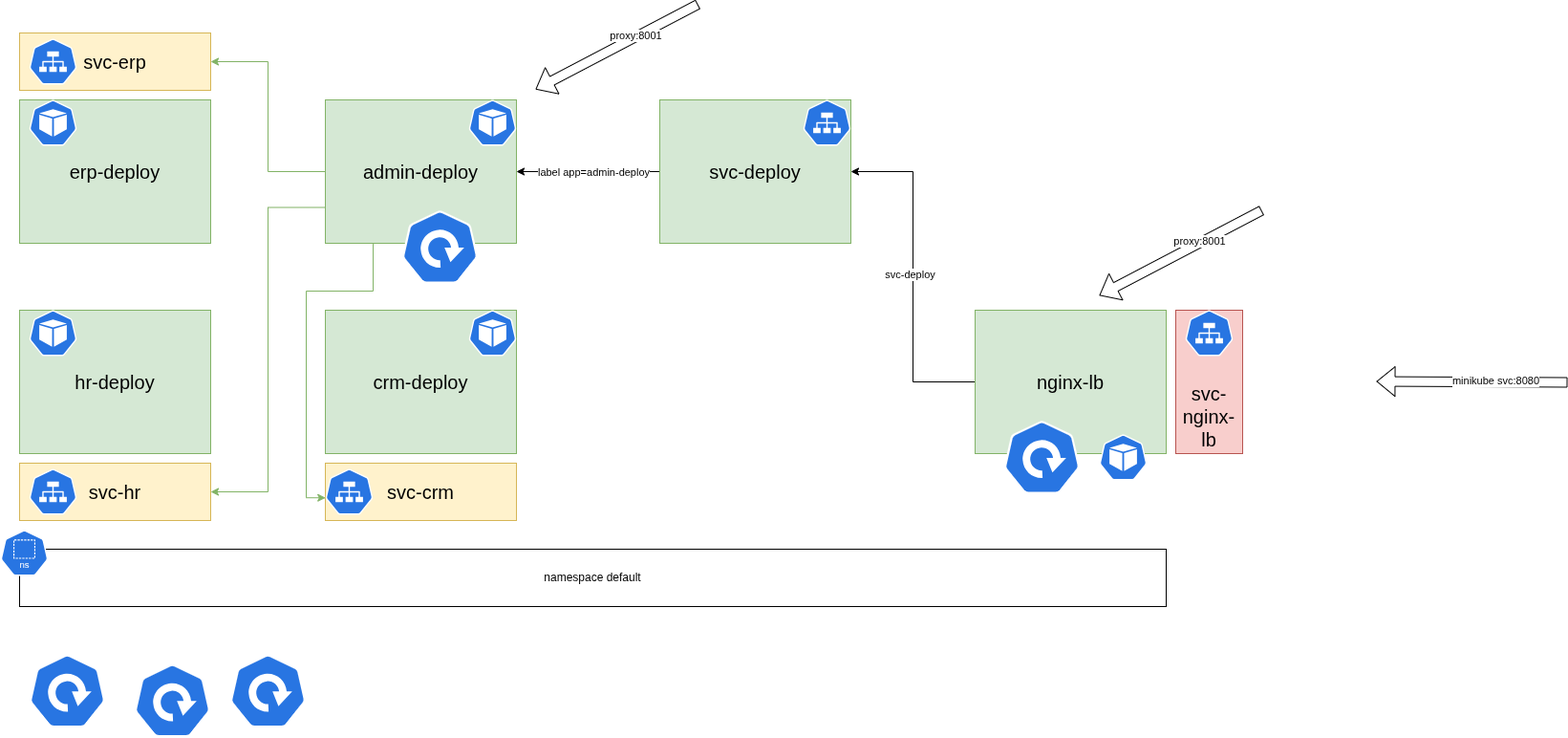
Earlier version of the draw.io export schema-kubernetes-01.png (argonaultes-education/hexagone-3b-3INSI-2026). Source tidied: cells renumbered, new cells last; positions are measured from the earlier drawing's top-left corner, leaving out a move shared by most shapes. Its diagram source:
```xml
<mxGraphModel>
  <root>
    <mxCell id="0" />
    <mxCell id="1" parent="0" />
    <mxCell id="2" value="hr-deploy" style="rounded=0;whiteSpace=wrap;html=1;fontSize=20;fillColor=#d5e8d4;strokeColor=#82b366;" parent="1" vertex="1">
      <mxGeometry x="20" y="320" width="200" height="150" as="geometry" />
    </mxCell>
    <mxCell id="3" style="sketch=0;html=1;dashed=0;whitespace=wrap;verticalLabelPosition=bottom;verticalAlign=top;fillColor=#2875E2;strokeColor=#ffffff;shape=mxgraph.kubernetes.icon2;prIcon=deploy;" parent="1" vertex="1">
      <mxGeometry x="140" y="690" width="80" height="76.8" as="geometry" />
    </mxCell>
    <mxCell id="4" value="namespace default" style="rounded=0;whiteSpace=wrap;html=1;" parent="1" vertex="1">
      <mxGeometry x="20" y="570" width="1200" height="60" as="geometry" />
    </mxCell>
    <mxCell id="5" style="sketch=0;html=1;dashed=0;whitespace=wrap;verticalLabelPosition=bottom;verticalAlign=top;fillColor=#2875E2;strokeColor=#ffffff;shape=mxgraph.kubernetes.icon2;kubernetesLabel=1;prIcon=ns;" parent="1" vertex="1">
      <mxGeometry y="550" width="50" height="48" as="geometry" />
    </mxCell>
    <mxCell id="6" style="edgeStyle=orthogonalEdgeStyle;rounded=0;jettySize=auto;html=1;fillColor=#d5e8d4;strokeColor=#82b366;entryX=0.005;entryY=0.63;entryDx=0;entryDy=0;entryPerimeter=0;exitX=0.25;exitY=1;exitDx=0;exitDy=0;" parent="1" edge="1" source="14" target="38">
      <mxGeometry relative="1" as="geometry">
        <Array as="points">
          <mxPoint x="390" y="300" />
          <mxPoint x="320" y="300" />
          <mxPoint x="320" y="516" />
        </Array>
      </mxGeometry>
    </mxCell>
    <mxCell id="7" value="crm-deploy" style="rounded=0;whiteSpace=wrap;html=1;fontSize=20;fillColor=#d5e8d4;strokeColor=#82b366;" parent="1" vertex="1">
      <mxGeometry x="340" y="320" width="200" height="150" as="geometry" />
    </mxCell>
    <mxCell id="8" style="sketch=0;html=1;dashed=0;whitespace=wrap;verticalLabelPosition=bottom;verticalAlign=top;fillColor=#2875E2;strokeColor=#ffffff;shape=mxgraph.kubernetes.icon2;prIcon=deploy;" parent="1" vertex="1">
      <mxGeometry x="240" y="680" width="80" height="76.8" as="geometry" />
    </mxCell>
    <mxCell id="9" value="erp-deploy" style="rounded=0;whiteSpace=wrap;html=1;fontSize=20;fillColor=#d5e8d4;strokeColor=#82b366;" parent="1" vertex="1">
      <mxGeometry x="20" y="100" width="200" height="150" as="geometry" />
    </mxCell>
    <mxCell id="10" style="sketch=0;html=1;dashed=0;whitespace=wrap;verticalLabelPosition=bottom;verticalAlign=top;fillColor=#2875E2;strokeColor=#ffffff;shape=mxgraph.kubernetes.icon2;prIcon=pod;" parent="1" vertex="1">
      <mxGeometry x="30" y="100" width="50" height="48" as="geometry" />
    </mxCell>
    <mxCell id="11" style="sketch=0;html=1;dashed=0;whitespace=wrap;verticalLabelPosition=bottom;verticalAlign=top;fillColor=#2875E2;strokeColor=#ffffff;shape=mxgraph.kubernetes.icon2;prIcon=deploy;" parent="1" vertex="1">
      <mxGeometry x="30" y="680" width="80" height="76.8" as="geometry" />
    </mxCell>
    <mxCell id="12" style="edgeStyle=orthogonalEdgeStyle;rounded=0;jettySize=auto;html=1;fillColor=#d5e8d4;strokeColor=#82b366;entryX=1;entryY=0.5;entryDx=0;entryDy=0;" parent="1" edge="1" source="14" target="30">
      <mxGeometry relative="1" as="geometry" />
    </mxCell>
    <mxCell id="13" style="rounded=0;jettySize=auto;html=1;entryX=1;entryY=0.5;entryDx=0;entryDy=0;edgeStyle=orthogonalEdgeStyle;fillColor=#d5e8d4;strokeColor=#82b366;exitX=0;exitY=0.75;exitDx=0;exitDy=0;" parent="1" edge="1" source="14" target="31">
      <mxGeometry relative="1" as="geometry">
        <Array as="points">
          <mxPoint x="280" y="213" />
          <mxPoint x="280" y="510" />
        </Array>
      </mxGeometry>
    </mxCell>
    <mxCell id="14" value="admin-deploy" style="rounded=0;whiteSpace=wrap;html=1;fontSize=20;fillColor=#d5e8d4;strokeColor=#82b366;" parent="1" vertex="1">
      <mxGeometry x="340" y="100" width="200" height="150" as="geometry" />
    </mxCell>
    <mxCell id="15" style="sketch=0;html=1;dashed=0;whitespace=wrap;verticalLabelPosition=bottom;verticalAlign=top;fillColor=#2875E2;strokeColor=#ffffff;shape=mxgraph.kubernetes.icon2;prIcon=pod;" parent="1" vertex="1">
      <mxGeometry x="490" y="100" width="50" height="48" as="geometry" />
    </mxCell>
    <mxCell id="16" style="sketch=0;html=1;dashed=0;whitespace=wrap;verticalLabelPosition=bottom;verticalAlign=top;fillColor=#2875E2;strokeColor=#ffffff;shape=mxgraph.kubernetes.icon2;prIcon=deploy;" parent="1" vertex="1">
      <mxGeometry x="420" y="215.6" width="80" height="76.8" as="geometry" />
    </mxCell>
    <mxCell id="17" style="shape=flexArrow;endArrow=classic;html=1;rounded=0;" parent="1" edge="1">
      <mxGeometry relative="1" as="geometry">
        <mxPoint x="730" as="sourcePoint" />
        <mxPoint x="560" y="89" as="targetPoint" />
      </mxGeometry>
    </mxCell>
    <mxCell id="18" value="proxy:8001" style="edgeLabel;html=1;align=center;verticalAlign=middle;" parent="17" vertex="1">
      <mxGeometry x="-0.24" y="-2" relative="1" as="geometry" />
    </mxCell>
    <mxCell id="19" style="edgeStyle=orthogonalEdgeStyle;rounded=0;jettySize=auto;html=1;entryX=1;entryY=0.5;entryDx=0;entryDy=0;" parent="1" edge="1" source="21" target="26">
      <mxGeometry relative="1" as="geometry" />
    </mxCell>
    <mxCell id="20" value="svc-deploy" style="edgeLabel;html=1;align=center;verticalAlign=middle;" parent="19" vertex="1">
      <mxGeometry x="0.02" y="4" relative="1" as="geometry" />
    </mxCell>
    <mxCell id="21" value="nginx-lb" style="rounded=0;whiteSpace=wrap;html=1;fontSize=20;fillColor=#d5e8d4;strokeColor=#82b366;" parent="1" vertex="1">
      <mxGeometry x="1020" y="320" width="200" height="150" as="geometry" />
    </mxCell>
    <mxCell id="22" style="sketch=0;html=1;dashed=0;whitespace=wrap;verticalLabelPosition=bottom;verticalAlign=top;fillColor=#2875E2;strokeColor=#ffffff;shape=mxgraph.kubernetes.icon2;prIcon=pod;" parent="1" vertex="1">
      <mxGeometry x="1150" y="450" width="50" height="48" as="geometry" />
    </mxCell>
    <mxCell id="23" style="sketch=0;html=1;dashed=0;whitespace=wrap;verticalLabelPosition=bottom;verticalAlign=top;fillColor=#2875E2;strokeColor=#ffffff;shape=mxgraph.kubernetes.icon2;prIcon=deploy;" parent="1" vertex="1">
      <mxGeometry x="1050" y="435.6" width="80" height="76.8" as="geometry" />
    </mxCell>
    <mxCell id="24" style="edgeStyle=orthogonalEdgeStyle;rounded=0;jettySize=auto;html=1;entryX=1;entryY=0.5;entryDx=0;entryDy=0;" parent="1" edge="1" source="26" target="14">
      <mxGeometry relative="1" as="geometry" />
    </mxCell>
    <mxCell id="25" value="label app=admin-deploy" style="edgeLabel;html=1;align=center;verticalAlign=middle;" parent="24" vertex="1">
      <mxGeometry x="0.21" y="1" relative="1" as="geometry">
        <mxPoint x="21" y="-1" as="offset" />
      </mxGeometry>
    </mxCell>
    <mxCell id="26" value="svc-deploy" style="rounded=0;whiteSpace=wrap;html=1;fontSize=20;fillColor=#d5e8d4;strokeColor=#82b366;" parent="1" vertex="1">
      <mxGeometry x="690" y="100" width="200" height="150" as="geometry" />
    </mxCell>
    <mxCell id="27" style="sketch=0;html=1;dashed=0;whitespace=wrap;verticalLabelPosition=bottom;verticalAlign=top;fillColor=#2875E2;strokeColor=#ffffff;shape=mxgraph.kubernetes.icon2;prIcon=svc;" parent="1" vertex="1">
      <mxGeometry x="840" y="100" width="50" height="48" as="geometry" />
    </mxCell>
    <mxCell id="28" style="shape=flexArrow;endArrow=classic;html=1;rounded=0;" parent="1" edge="1">
      <mxGeometry relative="1" as="geometry">
        <mxPoint x="1640" y="395.5" as="sourcePoint" />
        <mxPoint x="1440" y="394.5" as="targetPoint" />
      </mxGeometry>
    </mxCell>
    <mxCell id="29" value="minikube svc:8080" style="edgeLabel;html=1;align=center;verticalAlign=middle;" parent="28" vertex="1">
      <mxGeometry x="-0.24" y="-2" relative="1" as="geometry" />
    </mxCell>
    <mxCell id="30" value="svc-erp" style="rounded=0;whiteSpace=wrap;html=1;fontSize=20;fillColor=#fff2cc;strokeColor=#d6b656;" parent="1" vertex="1">
      <mxGeometry x="20" y="30" width="200" height="60" as="geometry" />
    </mxCell>
    <mxCell id="31" value="svc-hr" style="rounded=0;whiteSpace=wrap;html=1;fontSize=20;fillColor=#fff2cc;strokeColor=#d6b656;" parent="1" vertex="1">
      <mxGeometry x="20" y="480" width="200" height="60" as="geometry" />
    </mxCell>
    <mxCell id="32" value="svc-crm" style="rounded=0;whiteSpace=wrap;html=1;fontSize=20;fillColor=#fff2cc;strokeColor=#d6b656;" parent="1" vertex="1">
      <mxGeometry x="340" y="480" width="200" height="60" as="geometry" />
    </mxCell>
    <mxCell id="33" style="sketch=0;html=1;dashed=0;whitespace=wrap;verticalLabelPosition=bottom;verticalAlign=top;fillColor=#2875E2;strokeColor=#ffffff;shape=mxgraph.kubernetes.icon2;prIcon=pod;" parent="1" vertex="1">
      <mxGeometry x="30" y="320" width="50" height="48" as="geometry" />
    </mxCell>
    <mxCell id="34" style="sketch=0;html=1;dashed=0;whitespace=wrap;verticalLabelPosition=bottom;verticalAlign=top;fillColor=#2875E2;strokeColor=#ffffff;shape=mxgraph.kubernetes.icon2;prIcon=pod;" parent="1" vertex="1">
      <mxGeometry x="490" y="320" width="50" height="48" as="geometry" />
    </mxCell>
    <mxCell id="35" value="svc-nginx-lb" style="rounded=0;whiteSpace=wrap;html=1;fontSize=20;verticalAlign=bottom;fillColor=#f8cecc;strokeColor=#b85450;" parent="1" vertex="1">
      <mxGeometry x="1230" y="320" width="70" height="150" as="geometry" />
    </mxCell>
    <mxCell id="36" style="sketch=0;html=1;dashed=0;whitespace=wrap;verticalLabelPosition=bottom;verticalAlign=top;fillColor=#2875E2;strokeColor=#ffffff;shape=mxgraph.kubernetes.icon2;prIcon=svc;" parent="1" vertex="1">
      <mxGeometry x="30" y="36" width="50" height="48" as="geometry" />
    </mxCell>
    <mxCell id="37" style="sketch=0;html=1;dashed=0;whitespace=wrap;verticalLabelPosition=bottom;verticalAlign=top;fillColor=#2875E2;strokeColor=#ffffff;shape=mxgraph.kubernetes.icon2;prIcon=svc;" parent="1" vertex="1">
      <mxGeometry x="30" y="486" width="50" height="48" as="geometry" />
    </mxCell>
    <mxCell id="38" style="sketch=0;html=1;dashed=0;whitespace=wrap;verticalLabelPosition=bottom;verticalAlign=top;fillColor=#2875E2;strokeColor=#ffffff;points=[[0.005,0.63,0],[0.1,0.2,0],[0.9,0.2,0],[0.5,0,0],[0.995,0.63,0],[0.72,0.99,0],[0.5,1,0],[0.28,0.99,0]];shape=mxgraph.kubernetes.icon2;prIcon=svc;" parent="1" vertex="1">
      <mxGeometry x="340" y="486" width="50" height="48" as="geometry" />
    </mxCell>
    <mxCell id="39" style="sketch=0;html=1;dashed=0;whitespace=wrap;verticalLabelPosition=bottom;verticalAlign=top;fillColor=#2875E2;strokeColor=#ffffff;shape=mxgraph.kubernetes.icon2;prIcon=svc;" parent="1" vertex="1">
      <mxGeometry x="1240" y="320" width="50" height="48" as="geometry" />
    </mxCell>
    <mxCell id="40" style="shape=flexArrow;endArrow=classic;html=1;rounded=0;" parent="1" edge="1">
      <mxGeometry relative="1" as="geometry">
        <mxPoint x="1320" y="215.6" as="sourcePoint" />
        <mxPoint x="1150" y="304.6" as="targetPoint" />
      </mxGeometry>
    </mxCell>
    <mxCell id="41" value="proxy:8001" style="edgeLabel;html=1;align=center;verticalAlign=middle;" parent="40" vertex="1">
      <mxGeometry x="-0.24" y="-2" relative="1" as="geometry" />
    </mxCell>
  </root>
</mxGraphModel>
```
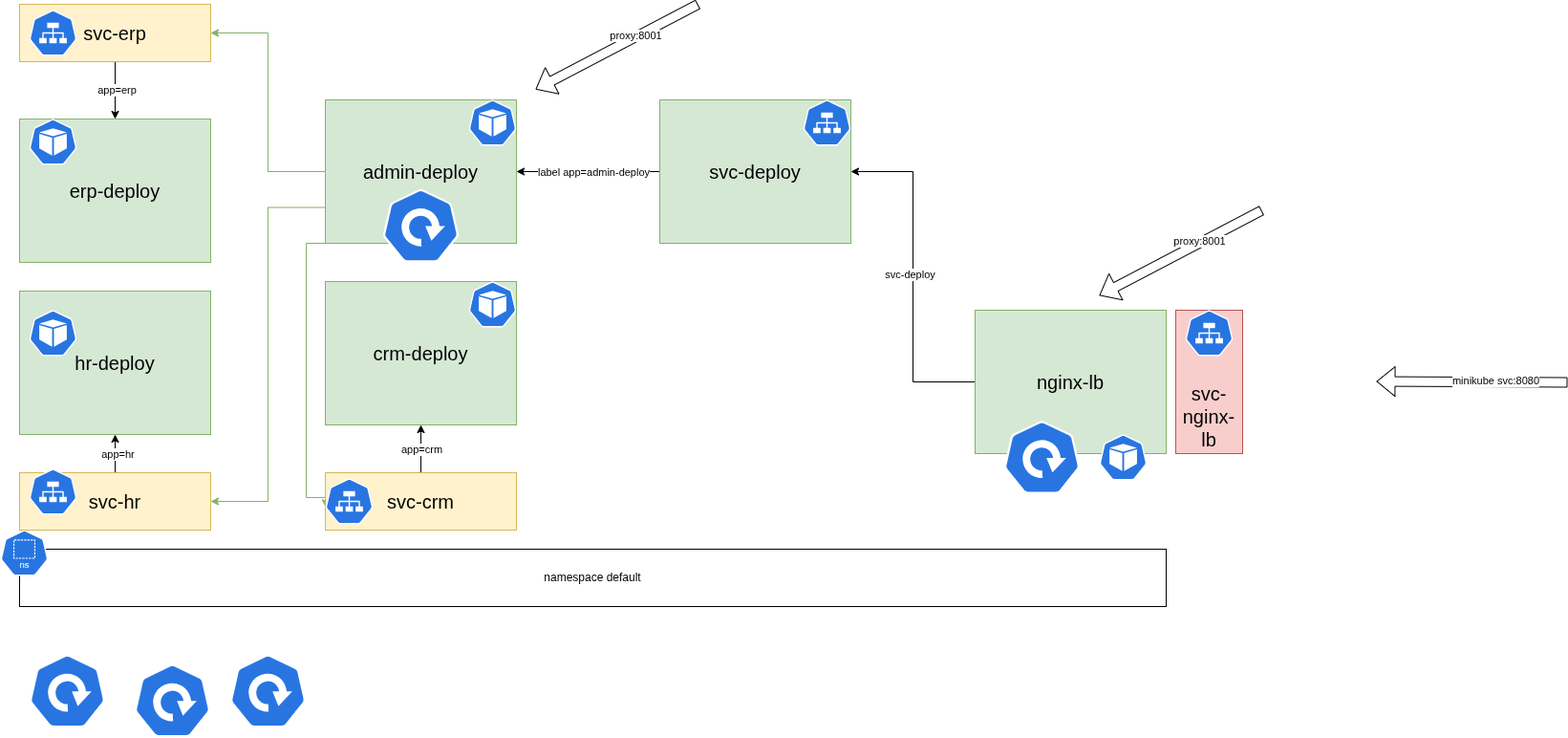
Above is the later version.

Commit message:
update schema and strike

Change to the diagram source:
```diff
@@ -3,7 +3,7 @@
     <mxCell id="0" />
     <mxCell id="1" parent="0" />
     <mxCell id="2" value="hr-deploy" style="rounded=0;whiteSpace=wrap;html=1;fontSize=20;fillColor=#d5e8d4;strokeColor=#82b366;" parent="1" vertex="1">
-      <mxGeometry x="20" y="320" width="200" height="150" as="geometry" />
+      <mxGeometry x="20" y="300" width="200" height="150" as="geometry" />
     </mxCell>
     <mxCell id="3" style="sketch=0;html=1;dashed=0;whitespace=wrap;verticalLabelPosition=bottom;verticalAlign=top;fillColor=#2875E2;strokeColor=#ffffff;shape=mxgraph.kubernetes.icon2;prIcon=deploy;" parent="1" vertex="1">
       <mxGeometry x="140" y="690" width="80" height="76.8" as="geometry" />
@@ -17,23 +17,22 @@
     <mxCell id="6" style="edgeStyle=orthogonalEdgeStyle;rounded=0;jettySize=auto;html=1;fillColor=#d5e8d4;strokeColor=#82b366;entryX=0.005;entryY=0.63;entryDx=0;entryDy=0;entryPerimeter=0;exitX=0.25;exitY=1;exitDx=0;exitDy=0;" parent="1" edge="1" source="14" target="38">
       <mxGeometry relative="1" as="geometry">
         <Array as="points">
-          <mxPoint x="390" y="300" />
-          <mxPoint x="320" y="300" />
+          <mxPoint x="320" y="250" />
           <mxPoint x="320" y="516" />
         </Array>
       </mxGeometry>
     </mxCell>
     <mxCell id="7" value="crm-deploy" style="rounded=0;whiteSpace=wrap;html=1;fontSize=20;fillColor=#d5e8d4;strokeColor=#82b366;" parent="1" vertex="1">
-      <mxGeometry x="340" y="320" width="200" height="150" as="geometry" />
+      <mxGeometry x="340" y="290" width="200" height="150" as="geometry" />
     </mxCell>
     <mxCell id="8" style="sketch=0;html=1;dashed=0;whitespace=wrap;verticalLabelPosition=bottom;verticalAlign=top;fillColor=#2875E2;strokeColor=#ffffff;shape=mxgraph.kubernetes.icon2;prIcon=deploy;" parent="1" vertex="1">
       <mxGeometry x="240" y="680" width="80" height="76.8" as="geometry" />
     </mxCell>
     <mxCell id="9" value="erp-deploy" style="rounded=0;whiteSpace=wrap;html=1;fontSize=20;fillColor=#d5e8d4;strokeColor=#82b366;" parent="1" vertex="1">
-      <mxGeometry x="20" y="100" width="200" height="150" as="geometry" />
+      <mxGeometry x="20" y="120" width="200" height="150" as="geometry" />
     </mxCell>
     <mxCell id="10" style="sketch=0;html=1;dashed=0;whitespace=wrap;verticalLabelPosition=bottom;verticalAlign=top;fillColor=#2875E2;strokeColor=#ffffff;shape=mxgraph.kubernetes.icon2;prIcon=pod;" parent="1" vertex="1">
-      <mxGeometry x="30" y="100" width="50" height="48" as="geometry" />
+      <mxGeometry x="30" y="120" width="50" height="48" as="geometry" />
     </mxCell>
     <mxCell id="11" style="sketch=0;html=1;dashed=0;whitespace=wrap;verticalLabelPosition=bottom;verticalAlign=top;fillColor=#2875E2;strokeColor=#ffffff;shape=mxgraph.kubernetes.icon2;prIcon=deploy;" parent="1" vertex="1">
       <mxGeometry x="30" y="680" width="80" height="76.8" as="geometry" />
@@ -45,7 +44,7 @@
       <mxGeometry relative="1" as="geometry">
         <Array as="points">
           <mxPoint x="280" y="213" />
-          <mxPoint x="280" y="510" />
+          <mxPoint x="280" y="520" />
         </Array>
       </mxGeometry>
     </mxCell>
@@ -56,7 +55,7 @@
       <mxGeometry x="490" y="100" width="50" height="48" as="geometry" />
     </mxCell>
     <mxCell id="16" style="sketch=0;html=1;dashed=0;whitespace=wrap;verticalLabelPosition=bottom;verticalAlign=top;fillColor=#2875E2;strokeColor=#ffffff;shape=mxgraph.kubernetes.icon2;prIcon=deploy;" parent="1" vertex="1">
-      <mxGeometry x="420" y="215.6" width="80" height="76.8" as="geometry" />
+      <mxGeometry x="400" y="193.2" width="80" height="76.8" as="geometry" />
     </mxCell>
     <mxCell id="17" style="shape=flexArrow;endArrow=classic;html=1;rounded=0;" parent="1" edge="1">
       <mxGeometry relative="1" as="geometry">
@@ -105,32 +104,50 @@
     <mxCell id="29" value="minikube svc:8080" style="edgeLabel;html=1;align=center;verticalAlign=middle;" parent="28" vertex="1">
       <mxGeometry x="-0.24" y="-2" relative="1" as="geometry" />
     </mxCell>
+    <mxCell id="42" style="edgeStyle=orthogonalEdgeStyle;rounded=0;jettySize=auto;html=1;" parent="1" edge="1" source="30" target="9">
+      <mxGeometry relative="1" as="geometry" />
+    </mxCell>
+    <mxCell id="43" value="app=erp" style="edgeLabel;html=1;align=center;verticalAlign=middle;" parent="42" vertex="1">
+      <mxGeometry x="-0.03" y="1" relative="1" as="geometry" />
+    </mxCell>
     <mxCell id="30" value="svc-erp" style="rounded=0;whiteSpace=wrap;html=1;fontSize=20;fillColor=#fff2cc;strokeColor=#d6b656;" parent="1" vertex="1">
-      <mxGeometry x="20" y="30" width="200" height="60" as="geometry" />
+      <mxGeometry x="20" width="200" height="60" as="geometry" />
     </mxCell>
+    <mxCell id="44" style="edgeStyle=orthogonalEdgeStyle;rounded=0;jettySize=auto;html=1;" parent="1" edge="1" source="31" target="2">
+      <mxGeometry relative="1" as="geometry" />
+    </mxCell>
+    <mxCell id="45" value="app=hr" style="edgeLabel;html=1;align=center;verticalAlign=middle;" parent="44" vertex="1">
+      <mxGeometry y="-2" relative="1" as="geometry" />
+    </mxCell>
     <mxCell id="31" value="svc-hr" style="rounded=0;whiteSpace=wrap;html=1;fontSize=20;fillColor=#fff2cc;strokeColor=#d6b656;" parent="1" vertex="1">
-      <mxGeometry x="20" y="480" width="200" height="60" as="geometry" />
+      <mxGeometry x="20" y="490" width="200" height="60" as="geometry" />
     </mxCell>
+    <mxCell id="46" style="edgeStyle=orthogonalEdgeStyle;rounded=0;jettySize=auto;html=1;" parent="1" edge="1" source="32" target="7">
+      <mxGeometry relative="1" as="geometry" />
+    </mxCell>
+    <mxCell id="47" value="app=crm" style="edgeLabel;html=1;align=center;verticalAlign=middle;" parent="46" vertex="1">
+      <mxGeometry relative="1" as="geometry" />
+    </mxCell>
     <mxCell id="32" value="svc-crm" style="rounded=0;whiteSpace=wrap;html=1;fontSize=20;fillColor=#fff2cc;strokeColor=#d6b656;" parent="1" vertex="1">
-      <mxGeometry x="340" y="480" width="200" height="60" as="geometry" />
+      <mxGeometry x="340" y="490" width="200" height="60" as="geometry" />
     </mxCell>
     <mxCell id="33" style="sketch=0;html=1;dashed=0;whitespace=wrap;verticalLabelPosition=bottom;verticalAlign=top;fillColor=#2875E2;strokeColor=#ffffff;shape=mxgraph.kubernetes.icon2;prIcon=pod;" parent="1" vertex="1">
       <mxGeometry x="30" y="320" width="50" height="48" as="geometry" />
     </mxCell>
     <mxCell id="34" style="sketch=0;html=1;dashed=0;whitespace=wrap;verticalLabelPosition=bottom;verticalAlign=top;fillColor=#2875E2;strokeColor=#ffffff;shape=mxgraph.kubernetes.icon2;prIcon=pod;" parent="1" vertex="1">
-      <mxGeometry x="490" y="320" width="50" height="48" as="geometry" />
+      <mxGeometry x="490" y="290" width="50" height="48" as="geometry" />
     </mxCell>
     <mxCell id="35" value="svc-nginx-lb" style="rounded=0;whiteSpace=wrap;html=1;fontSize=20;verticalAlign=bottom;fillColor=#f8cecc;strokeColor=#b85450;" parent="1" vertex="1">
       <mxGeometry x="1230" y="320" width="70" height="150" as="geometry" />
     </mxCell>
     <mxCell id="36" style="sketch=0;html=1;dashed=0;whitespace=wrap;verticalLabelPosition=bottom;verticalAlign=top;fillColor=#2875E2;strokeColor=#ffffff;shape=mxgraph.kubernetes.icon2;prIcon=svc;" parent="1" vertex="1">
-      <mxGeometry x="30" y="36" width="50" height="48" as="geometry" />
+      <mxGeometry x="30" y="6" width="50" height="48" as="geometry" />
     </mxCell>
     <mxCell id="37" style="sketch=0;html=1;dashed=0;whitespace=wrap;verticalLabelPosition=bottom;verticalAlign=top;fillColor=#2875E2;strokeColor=#ffffff;shape=mxgraph.kubernetes.icon2;prIcon=svc;" parent="1" vertex="1">
       <mxGeometry x="30" y="486" width="50" height="48" as="geometry" />
     </mxCell>
     <mxCell id="38" style="sketch=0;html=1;dashed=0;whitespace=wrap;verticalLabelPosition=bottom;verticalAlign=top;fillColor=#2875E2;strokeColor=#ffffff;points=[[0.005,0.63,0],[0.1,0.2,0],[0.9,0.2,0],[0.5,0,0],[0.995,0.63,0],[0.72,0.99,0],[0.5,1,0],[0.28,0.99,0]];shape=mxgraph.kubernetes.icon2;prIcon=svc;" parent="1" vertex="1">
-      <mxGeometry x="340" y="486" width="50" height="48" as="geometry" />
+      <mxGeometry x="340" y="496" width="50" height="48" as="geometry" />
     </mxCell>
     <mxCell id="39" style="sketch=0;html=1;dashed=0;whitespace=wrap;verticalLabelPosition=bottom;verticalAlign=top;fillColor=#2875E2;strokeColor=#ffffff;shape=mxgraph.kubernetes.icon2;prIcon=svc;" parent="1" vertex="1">
       <mxGeometry x="1240" y="320" width="50" height="48" as="geometry" />
```
